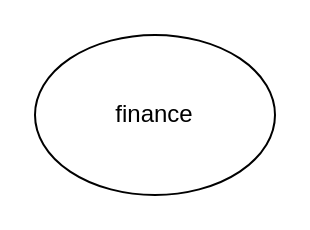
Above: page "finance" (5 of 5) of knowledge-tree.drawio in quboqin/drawio (draw.io), before the change. Source tidied: cells renumbered, new cells numbered last; positions are measured from the earlier drawing's top-left corner, leaving out a move shared by most shapes. Both pictures are drawn from the tidied source at 200%, with x=0, y=0 at pixel (34, 34).
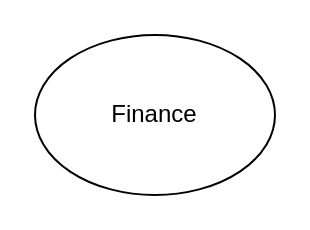
Above is the later version.

Diff of the diagram source:
```diff
@@
 <mxGraphModel>
   <root>
     <mxCell id="0" />
     <mxCell id="1" parent="0" />
-    <mxCell id="2" value="finance" style="ellipse;whiteSpace=wrap;html=1;" parent="1" vertex="1">
+    <mxCell id="2" value="Finance" style="ellipse;whiteSpace=wrap;html=1;" parent="1" vertex="1">
       <mxGeometry width="120" height="80" as="geometry" />
     </mxCell>
   </root>
 </mxGraphModel>
```
